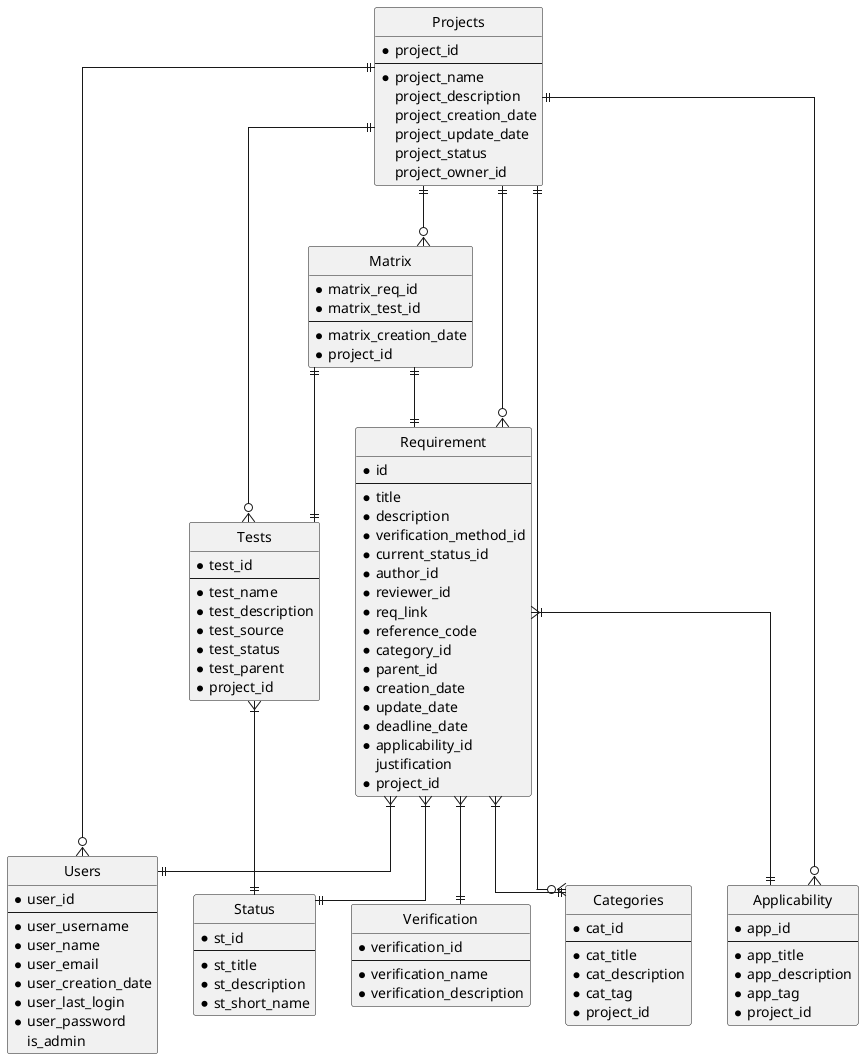
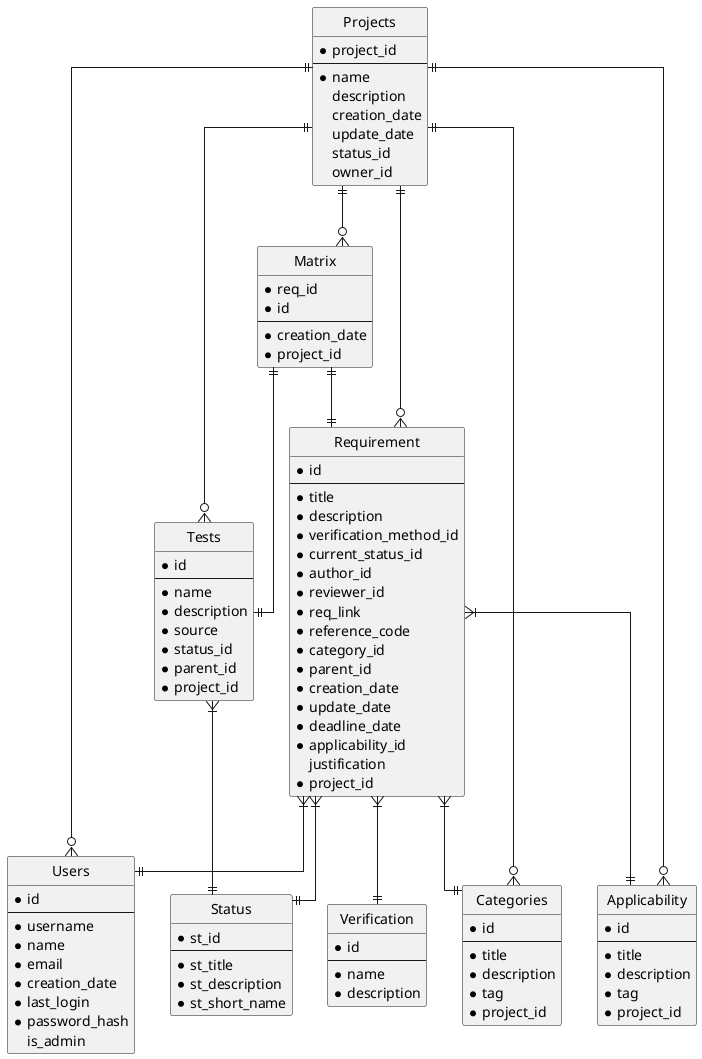
@startuml ER diagram

hide circle
skinparam linetype ortho

entity "Projects" as proj {
* project_id
---
- * project_name
- project_description
- project_creation_date
- project_update_date
- project_status
- project_owner_id
+ * name
+ description
+ creation_date
+ update_date
+ status_id
+ owner_id
}

entity "Requirement" as req {
* id
---
* title
* description
* verification_method_id
* current_status_id
* author_id
* reviewer_id
* req_link
* reference_code
* category_id
* parent_id
* creation_date
* update_date
* deadline_date
* applicability_id
justification
* project_id
}

entity "Users" as user {
- * user_id
+ * id
---
- * user_username
- * user_name
- * user_email
- * user_creation_date
- * user_last_login
- * user_password
+ * username
+ * name
+ * email
+ * creation_date
+ * last_login
+ * password_hash
is_admin
}

entity "Status" as st {
* st_id
---
* st_title
* st_description
* st_short_name
}

entity "Categories" as cat {
- * cat_id
+ * id
---
- * cat_title
- * cat_description
- * cat_tag
+ * title
+ * description
+ * tag
* project_id
}

entity "Applicability" as app {
- * app_id
+ * id
---
- * app_title
- * app_description
- * app_tag
+ * title
+ * description
+ * tag
* project_id
}

entity "Tests" as test {
- * test_id
+ * id
---
- * test_name
- * test_description
- * test_source
- * test_status
- * test_parent
+ * name
+ * description
+ * source
+ * status_id
+ * parent_id
* project_id
}

entity "Matrix" as matrix {
- * matrix_req_id
- * matrix_test_id
+ * req_id
+ * id
---
- * matrix_creation_date
+ * creation_date
* project_id
}

entity "Verification" as verification {
- * verification_id
+ * id
---
- * verification_name
- * verification_description
+ * name
+ * description
}

proj ||--o{ req
proj ||--o{ user
proj ||--o{ cat
proj ||--o{ app
proj ||--o{ test
proj ||--o{ matrix

req  }|--|| st
req  }|--|| cat
req  }|--|| user
req  }|--|| verification
req  }|--|| app
test   }|--|| st
matrix ||--|| req
matrix ||--|| test

@enduml
